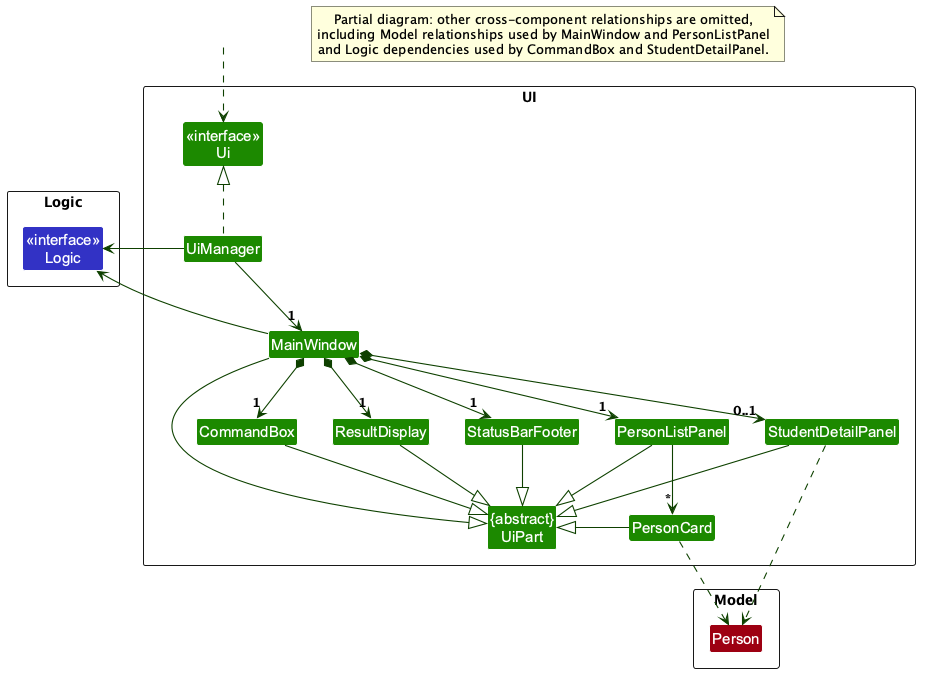
ethanlaiii/tp keeps this PlantUML diagram as docs/images/UiClassDiagram.png. Above is the earlier version.
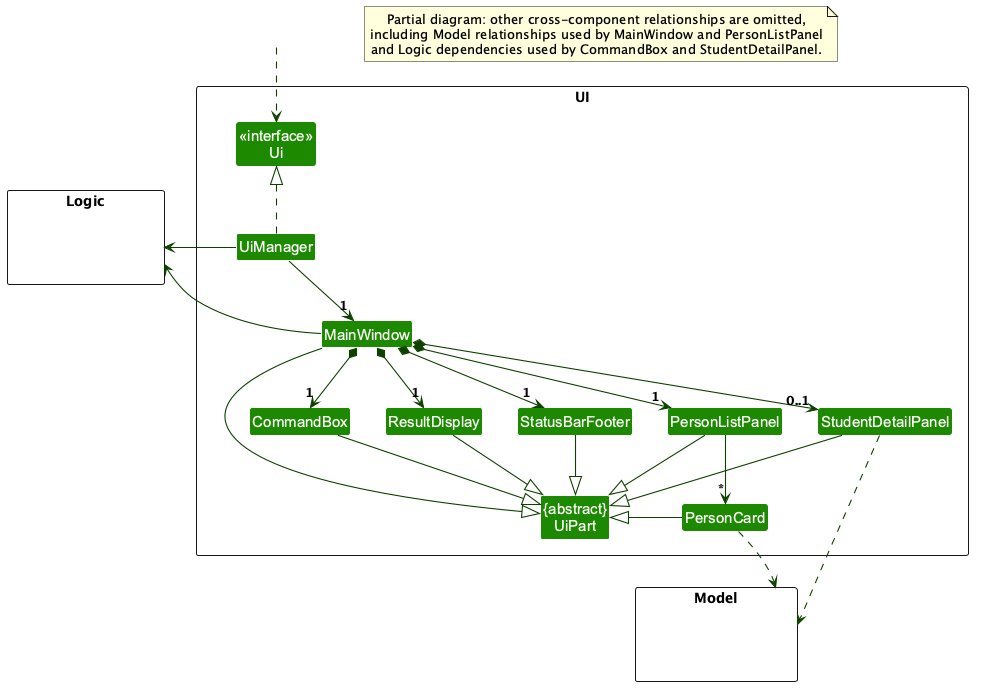
After the change.

Commit message:
DG: Address UML review comments

The edit, as a diff of the source:
```diff
@@ -18,11 +18,11 @@
 }
 
 package Model <<Rectangle>> {
-Class Person MODEL_COLOR
+Class HiddenModel #FFFFFF
 }
 
 package Logic <<Rectangle>> {
-Class "<<interface>>\nLogic" as LogicApi LOGIC_COLOR
+Class HiddenLogic #FFFFFF
 }
 
 Class HiddenOutside #FFFFFF
@@ -30,8 +30,8 @@
 
 UiManager .up.|> Ui
 UiManager -down-> "1" MainWindow
-UiManager -left-> LogicApi
-MainWindow -left-> LogicApi
+UiManager -left-> Logic
+MainWindow -left-> Logic
 
 MainWindow *-down-> "1" CommandBox
 MainWindow *-down-> "1" ResultDisplay
@@ -48,8 +48,8 @@
 PersonCard -left-|> UiPart
 MainWindow -down-|> UiPart
 
-PersonCard ..> Person
-StudentDetailPanel ..> Person
+PersonCard ..> Model
+StudentDetailPanel ..> Model
 
 CommandBox -[hidden]right- ResultDisplay
 ResultDisplay -[hidden]right- StatusBarFooter
```
